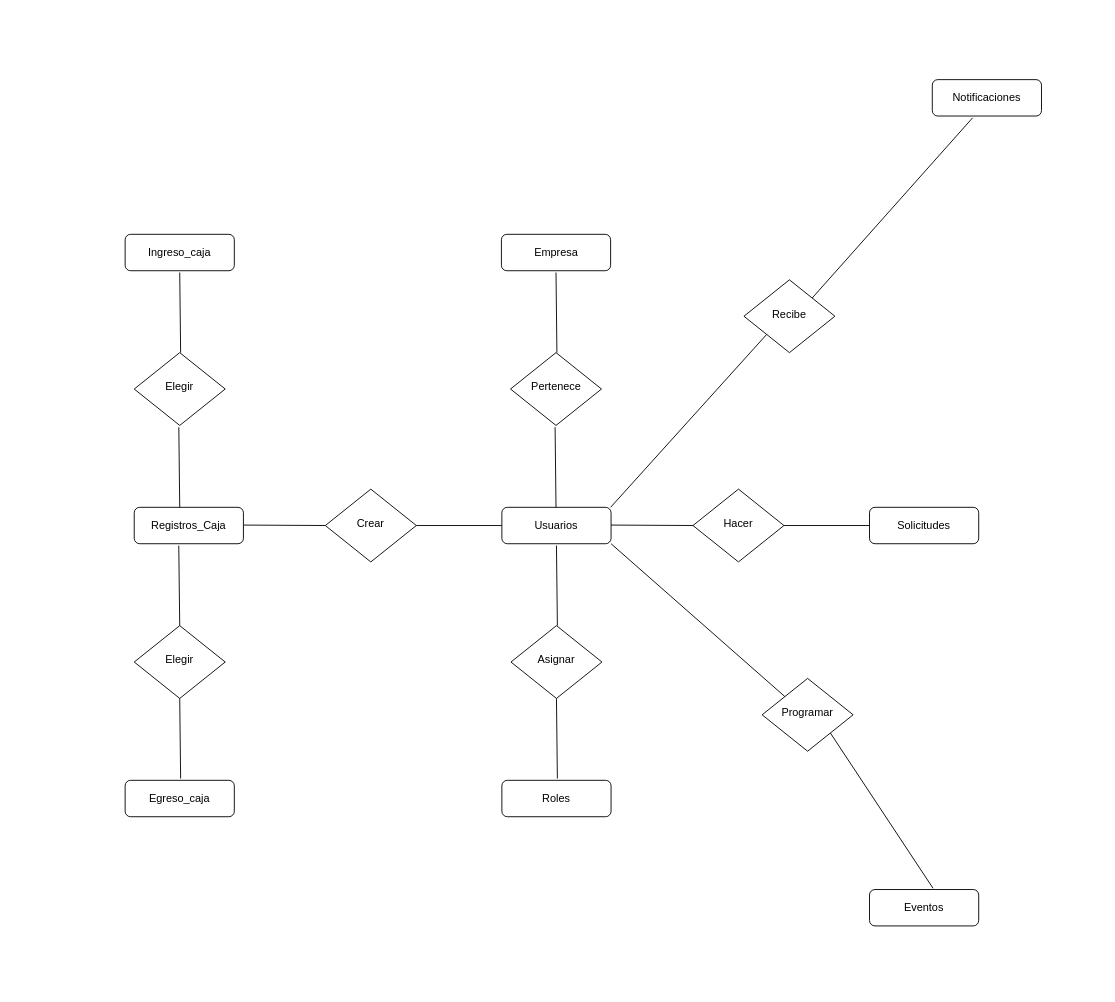
Before: Diagrama_MER_LittleBox.drawio in diegofernandodev/base_de_datos, a draw.io diagram. Source tidied: cells renumbered, new cells numbered last; positions are measured from the earlier drawing's top-left corner, leaving out a move shared by most shapes. Both pictures are drawn from the tidied source at 91%, with x=0, y=0 at pixel (125, 79).
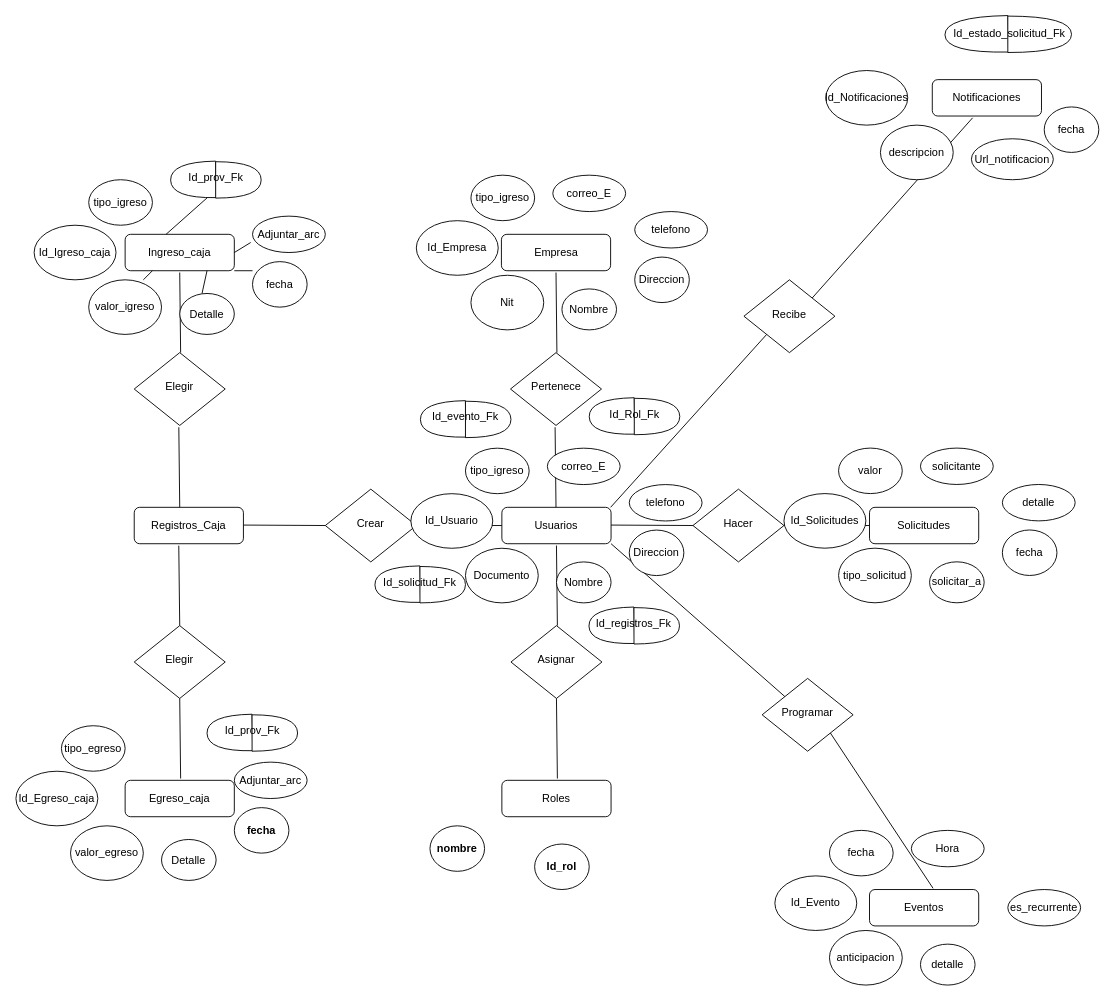
The same page after the edit.

Commit message (it also covers changes not shown here):
se modifica diagrama mer de little box

The change refers to these unchanged cells:
```xml
<mxCell id="13" value="Ingreso_caja" style="rounded=1;whiteSpace=wrap;html=1;fontSize=12;glass=0;strokeWidth=1;shadow=0;" parent="1" vertex="1">
  <mxGeometry y="170" width="120" height="40" as="geometry" />
</mxCell>
```

Diff of the diagram source:
```diff
@@
+    <mxCell id="35" value="Id_Egreso_caja" style="ellipse;whiteSpace=wrap;html=1;" parent="1" vertex="1">
+      <mxGeometry x="-120" y="760" width="90" height="60" as="geometry" />
+    </mxCell>
+    <mxCell id="36" value="valor_egreso" style="ellipse;whiteSpace=wrap;html=1;" parent="1" vertex="1">
+      <mxGeometry x="-60" y="820" width="80" height="60" as="geometry" />
+    </mxCell>
+    <mxCell id="37" value="Detalle" style="ellipse;whiteSpace=wrap;html=1;" parent="1" vertex="1">
+      <mxGeometry x="40" y="835" width="60" height="45" as="geometry" />
+    </mxCell>
+    <mxCell id="38" value="fecha" style="ellipse;whiteSpace=wrap;html=1;fontStyle=1;" parent="1" vertex="1">
+      <mxGeometry x="120" y="800" width="60" height="50" as="geometry" />
+    </mxCell>
+    <mxCell id="39" value="Adjuntar_arc" style="ellipse;whiteSpace=wrap;html=1;" parent="1" vertex="1">
+      <mxGeometry x="120" y="750" width="80" height="40" as="geometry" />
+    </mxCell>
+    <mxCell id="40" value="tipo_egreso" style="ellipse;whiteSpace=wrap;html=1;" parent="1" vertex="1">
+      <mxGeometry x="-70" y="710" width="70" height="50" as="geometry" />
+    </mxCell>
+    <mxCell id="41" style="shape=or;whiteSpace=wrap;html=1;rotation=-181;" parent="1" vertex="1">
+      <mxGeometry x="90" y="697.8" width="49.8" height="40.1" as="geometry" />
+    </mxCell>
+    <mxCell id="42" style="shape=or;whiteSpace=wrap;html=1;" parent="1" vertex="1">
+      <mxGeometry x="139.5" y="698" width="50" height="40" as="geometry" />
+    </mxCell>
+    <mxCell id="43" value="Id_prov_Fk" style="text;html=1;strokeColor=none;fillColor=none;align=center;verticalAlign=middle;whiteSpace=wrap;rounded=0;" parent="1" vertex="1">
+      <mxGeometry x="109.5" y="701" width="60" height="30" as="geometry" />
+    </mxCell>
+    <mxCell id="44" value="Id_Igreso_caja" style="ellipse;whiteSpace=wrap;html=1;" parent="1" vertex="1">
+      <mxGeometry x="-100" y="160" width="90" height="60" as="geometry" />
+    </mxCell>
+    <mxCell id="45" value="valor_igreso" style="ellipse;whiteSpace=wrap;html=1;" parent="1" vertex="1">
+      <mxGeometry x="-40" y="220" width="80" height="60" as="geometry" />
+    </mxCell>
+    <mxCell id="46" value="Detalle" style="ellipse;whiteSpace=wrap;html=1;" parent="1" vertex="1">
+      <mxGeometry x="60" y="235" width="60" height="45" as="geometry" />
+    </mxCell>
+    <mxCell id="47" value="fecha" style="ellipse;whiteSpace=wrap;html=1;" parent="1" vertex="1">
+      <mxGeometry x="140" y="200" width="60" height="50" as="geometry" />
+    </mxCell>
+    <mxCell id="48" value="Adjuntar_arc" style="ellipse;whiteSpace=wrap;html=1;" parent="1" vertex="1">
+      <mxGeometry x="140" y="150" width="80" height="40" as="geometry" />
+    </mxCell>
+    <mxCell id="49" value="tipo_igreso" style="ellipse;whiteSpace=wrap;html=1;" parent="1" vertex="1">
+      <mxGeometry x="-40" y="110" width="70" height="50" as="geometry" />
+    </mxCell>
+    <mxCell id="50" style="shape=or;whiteSpace=wrap;html=1;rotation=-181;" parent="1" vertex="1">
+      <mxGeometry x="50" y="90" width="49.8" height="40.1" as="geometry" />
+    </mxCell>
+    <mxCell id="51" style="shape=or;whiteSpace=wrap;html=1;" parent="1" vertex="1">
+      <mxGeometry x="99.5" y="90.2" width="50" height="40" as="geometry" />
+    </mxCell>
+    <mxCell id="52" value="Id_prov_Fk" style="text;html=1;strokeColor=none;fillColor=none;align=center;verticalAlign=middle;whiteSpace=wrap;rounded=0;" parent="1" vertex="1">
+      <mxGeometry x="69.5" y="93.2" width="60" height="30" as="geometry" />
+    </mxCell>
+    <mxCell id="53" value="Id_Empresa" style="ellipse;whiteSpace=wrap;html=1;" parent="1" vertex="1">
+      <mxGeometry x="320" y="155" width="90" height="60" as="geometry" />
+    </mxCell>
+    <mxCell id="54" value="Nit" style="ellipse;whiteSpace=wrap;html=1;" parent="1" vertex="1">
+      <mxGeometry x="380" y="215" width="80" height="60" as="geometry" />
+    </mxCell>
+    <mxCell id="55" value="Nombre" style="ellipse;whiteSpace=wrap;html=1;" parent="1" vertex="1">
+      <mxGeometry x="480" y="230" width="60" height="45" as="geometry" />
+    </mxCell>
+    <mxCell id="56" value="Direccion" style="ellipse;whiteSpace=wrap;html=1;" parent="1" vertex="1">
+      <mxGeometry x="560" y="195" width="60" height="50" as="geometry" />
+    </mxCell>
+    <mxCell id="57" value="telefono" style="ellipse;whiteSpace=wrap;html=1;" parent="1" vertex="1">
+      <mxGeometry x="560" y="145" width="80" height="40" as="geometry" />
+    </mxCell>
+    <mxCell id="58" value="tipo_igreso" style="ellipse;whiteSpace=wrap;html=1;" parent="1" vertex="1">
+      <mxGeometry x="380" y="105" width="70" height="50" as="geometry" />
+    </mxCell>
+    <mxCell id="59" value="correo_E" style="ellipse;whiteSpace=wrap;html=1;" parent="1" vertex="1">
+      <mxGeometry x="470" y="105" width="80" height="40" as="geometry" />
+    </mxCell>
+    <mxCell id="60" value="Id_Usuario" style="ellipse;whiteSpace=wrap;html=1;" parent="1" vertex="1">
+      <mxGeometry x="314" y="455" width="90" height="60" as="geometry" />
+    </mxCell>
+    <mxCell id="61" value="Documento" style="ellipse;whiteSpace=wrap;html=1;" parent="1" vertex="1">
+      <mxGeometry x="374" y="515" width="80" height="60" as="geometry" />
+    </mxCell>
+    <mxCell id="62" value="Nombre" style="ellipse;whiteSpace=wrap;html=1;" parent="1" vertex="1">
+      <mxGeometry x="474" y="530" width="60" height="45" as="geometry" />
+    </mxCell>
+    <mxCell id="63" value="Direccion" style="ellipse;whiteSpace=wrap;html=1;" parent="1" vertex="1">
+      <mxGeometry x="554" y="495" width="60" height="50" as="geometry" />
+    </mxCell>
+    <mxCell id="64" value="telefono" style="ellipse;whiteSpace=wrap;html=1;" parent="1" vertex="1">
+      <mxGeometry x="554" y="445" width="80" height="40" as="geometry" />
+    </mxCell>
+    <mxCell id="65" value="tipo_igreso" style="ellipse;whiteSpace=wrap;html=1;" parent="1" vertex="1">
+      <mxGeometry x="374" y="405" width="70" height="50" as="geometry" />
+    </mxCell>
+    <mxCell id="66" value="correo_E" style="ellipse;whiteSpace=wrap;html=1;" parent="1" vertex="1">
+      <mxGeometry x="464" y="405" width="80" height="40" as="geometry" />
+    </mxCell>
+    <mxCell id="67" style="shape=or;whiteSpace=wrap;html=1;rotation=-181;" parent="1" vertex="1">
+      <mxGeometry x="510" y="350" width="49.8" height="40.1" as="geometry" />
+    </mxCell>
+    <mxCell id="68" style="shape=or;whiteSpace=wrap;html=1;" parent="1" vertex="1">
+      <mxGeometry x="559.5" y="350.2" width="50" height="40" as="geometry" />
+    </mxCell>
+    <mxCell id="69" value="Id_Rol_Fk" style="text;html=1;strokeColor=none;fillColor=none;align=center;verticalAlign=middle;whiteSpace=wrap;rounded=0;" parent="1" vertex="1">
+      <mxGeometry x="529.5" y="353.2" width="60" height="30" as="geometry" />
+    </mxCell>
+    <mxCell id="70" style="shape=or;whiteSpace=wrap;html=1;rotation=-181;" parent="1" vertex="1">
+      <mxGeometry x="324.5" y="353.2" width="49.8" height="40.1" as="geometry" />
+    </mxCell>
+    <mxCell id="71" style="shape=or;whiteSpace=wrap;html=1;" parent="1" vertex="1">
+      <mxGeometry x="374" y="353.4" width="50" height="40" as="geometry" />
+    </mxCell>
+    <mxCell id="72" value="Id_evento_Fk" style="text;html=1;strokeColor=none;fillColor=none;align=center;verticalAlign=middle;whiteSpace=wrap;rounded=0;" parent="1" vertex="1">
+      <mxGeometry x="344" y="356.4" width="60" height="30" as="geometry" />
+    </mxCell>
+    <mxCell id="73" style="shape=or;whiteSpace=wrap;html=1;rotation=-181;" parent="1" vertex="1">
+      <mxGeometry x="274.5" y="534.8" width="49.8" height="40.1" as="geometry" />
+    </mxCell>
+    <mxCell id="74" style="shape=or;whiteSpace=wrap;html=1;" parent="1" vertex="1">
+      <mxGeometry x="324" y="535" width="50" height="40" as="geometry" />
+    </mxCell>
+    <mxCell id="75" value="Id_solicitud_Fk" style="text;html=1;strokeColor=none;fillColor=none;align=center;verticalAlign=middle;whiteSpace=wrap;rounded=0;" parent="1" vertex="1">
+      <mxGeometry x="294" y="538" width="60" height="30" as="geometry" />
+    </mxCell>
+    <mxCell id="76" style="shape=or;whiteSpace=wrap;html=1;rotation=-181;" parent="1" vertex="1">
+      <mxGeometry x="509.7" y="580" width="49.8" height="40.1" as="geometry" />
+    </mxCell>
+    <mxCell id="77" style="shape=or;whiteSpace=wrap;html=1;" parent="1" vertex="1">
+      <mxGeometry x="559.2" y="580.2" width="50" height="40" as="geometry" />
+    </mxCell>
+    <mxCell id="78" value="Id_registros_Fk" style="text;html=1;strokeColor=none;fillColor=none;align=center;verticalAlign=middle;whiteSpace=wrap;rounded=0;" parent="1" vertex="1">
+      <mxGeometry x="529.2" y="583.2" width="60" height="30" as="geometry" />
+    </mxCell>
+    <mxCell id="79" value="Id_Solicitudes" style="ellipse;whiteSpace=wrap;html=1;" parent="1" vertex="1">
+      <mxGeometry x="724" y="454.9" width="90" height="60" as="geometry" />
+    </mxCell>
+    <mxCell id="80" value="tipo_solicitud" style="ellipse;whiteSpace=wrap;html=1;" parent="1" vertex="1">
+      <mxGeometry x="784" y="514.9" width="80" height="60" as="geometry" />
+    </mxCell>
+    <mxCell id="81" value="solicitar_a" style="ellipse;whiteSpace=wrap;html=1;" parent="1" vertex="1">
+      <mxGeometry x="884" y="529.9" width="60" height="45" as="geometry" />
+    </mxCell>
+    <mxCell id="82" value="fecha" style="ellipse;whiteSpace=wrap;html=1;" parent="1" vertex="1">
+      <mxGeometry x="964" y="494.9" width="60" height="50" as="geometry" />
+    </mxCell>
+    <mxCell id="83" value="detalle" style="ellipse;whiteSpace=wrap;html=1;" parent="1" vertex="1">
+      <mxGeometry x="964" y="444.9" width="80" height="40" as="geometry" />
+    </mxCell>
+    <mxCell id="84" value="valor" style="ellipse;whiteSpace=wrap;html=1;" parent="1" vertex="1">
+      <mxGeometry x="784" y="404.9" width="70" height="50" as="geometry" />
+    </mxCell>
+    <mxCell id="85" value="solicitante" style="ellipse;whiteSpace=wrap;html=1;" parent="1" vertex="1">
+      <mxGeometry x="874" y="404.9" width="80" height="40" as="geometry" />
+    </mxCell>
+    <mxCell id="86" value="Id_Notificaciones" style="ellipse;whiteSpace=wrap;html=1;" parent="1" vertex="1">
+      <mxGeometry x="770" y="-10" width="90" height="60" as="geometry" />
+    </mxCell>
+    <mxCell id="87" value="descripcion" style="ellipse;whiteSpace=wrap;html=1;" parent="1" vertex="1">
+      <mxGeometry x="830" y="50" width="80" height="60" as="geometry" />
+    </mxCell>
+    <mxCell id="88" value="Url_notificacion" style="ellipse;whiteSpace=wrap;html=1;" parent="1" vertex="1">
+      <mxGeometry x="930" y="65" width="90" height="45" as="geometry" />
+    </mxCell>
+    <mxCell id="89" value="fecha" style="ellipse;whiteSpace=wrap;html=1;" parent="1" vertex="1">
+      <mxGeometry x="1010" y="30" width="60" height="50" as="geometry" />
+    </mxCell>
+    <mxCell id="90" style="shape=or;whiteSpace=wrap;html=1;rotation=-181;" parent="1" vertex="1">
+      <mxGeometry x="900.9" y="-69.8" width="69.5" height="40.1" as="geometry" />
+    </mxCell>
+    <mxCell id="91" style="shape=or;whiteSpace=wrap;html=1;" parent="1" vertex="1">
+      <mxGeometry x="970" y="-69.8" width="70" height="40" as="geometry" />
+    </mxCell>
+    <mxCell id="92" value="Id_estado_solicitud_Fk" style="text;html=1;strokeColor=none;fillColor=none;align=center;verticalAlign=middle;whiteSpace=wrap;rounded=0;" parent="1" vertex="1">
+      <mxGeometry x="924" y="-64.8" width="96" height="30" as="geometry" />
+    </mxCell>
+    <mxCell id="93" value="Id_Evento" style="ellipse;whiteSpace=wrap;html=1;" parent="1" vertex="1">
+      <mxGeometry x="714" y="875" width="90" height="60" as="geometry" />
+    </mxCell>
+    <mxCell id="94" value="anticipacion" style="ellipse;whiteSpace=wrap;html=1;" parent="1" vertex="1">
+      <mxGeometry x="774" y="935" width="80" height="60" as="geometry" />
+    </mxCell>
+    <mxCell id="95" value="detalle" style="ellipse;whiteSpace=wrap;html=1;" parent="1" vertex="1">
+      <mxGeometry x="874" y="950" width="60" height="45" as="geometry" />
+    </mxCell>
+    <mxCell id="96" value="fecha" style="ellipse;whiteSpace=wrap;html=1;" parent="1" vertex="1">
+      <mxGeometry x="774" y="825" width="70" height="50" as="geometry" />
+    </mxCell>
+    <mxCell id="97" value="Hora" style="ellipse;whiteSpace=wrap;html=1;" parent="1" vertex="1">
+      <mxGeometry x="864" y="825" width="80" height="40" as="geometry" />
+    </mxCell>
+    <mxCell id="98" value="es_recurrente" style="ellipse;whiteSpace=wrap;html=1;" parent="1" vertex="1">
+      <mxGeometry x="970" y="890" width="80" height="40" as="geometry" />
+    </mxCell>
+    <mxCell id="99" value="Id_rol" style="ellipse;whiteSpace=wrap;html=1;fontStyle=1;" parent="1" vertex="1">
+      <mxGeometry x="450" y="840" width="60" height="50" as="geometry" />
+    </mxCell>
+    <mxCell id="100" value="nombre" style="ellipse;whiteSpace=wrap;html=1;fontStyle=1;" parent="1" vertex="1">
+      <mxGeometry x="335" y="820" width="60" height="50" as="geometry" />
+    </mxCell>
+    <mxCell id="101" style="endArrow=none;html=1;rounded=0;" parent="1" edge="1">
+      <mxGeometry relative="1" as="geometry">
+        <mxPoint x="45" y="170" as="sourcePoint" />
+        <mxPoint x="90" y="130" as="targetPoint" />
+      </mxGeometry>
+    </mxCell>
+    <mxCell id="102" style="endArrow=none;html=1;rounded=0;entryX=0.25;entryY=1;entryDx=0;entryDy=0;" parent="1" edge="1" target="13">
+      <mxGeometry relative="1" as="geometry">
+        <mxPoint x="20" y="220" as="sourcePoint" />
+      </mxGeometry>
+    </mxCell>
+    <mxCell id="103" style="endArrow=none;html=1;rounded=0;entryX=0.75;entryY=1;entryDx=0;entryDy=0;" parent="1" edge="1" target="13">
+      <mxGeometry relative="1" as="geometry">
+        <mxPoint x="84.5" y="235" as="sourcePoint" />
+      </mxGeometry>
+    </mxCell>
+    <mxCell id="104" style="endArrow=none;html=1;rounded=0;entryX=0;entryY=0.2;entryDx=0;entryDy=0;entryPerimeter=0;exitX=1;exitY=1;exitDx=0;exitDy=0;" parent="1" edge="1" source="13" target="47">
+      <mxGeometry relative="1" as="geometry" />
+    </mxCell>
+    <mxCell id="105" style="endArrow=none;html=1;rounded=0;entryX=-0.025;entryY=0.725;entryDx=0;entryDy=0;entryPerimeter=0;exitX=1;exitY=0.5;exitDx=0;exitDy=0;" parent="1" edge="1" source="13" target="48">
+      <mxGeometry relative="1" as="geometry" />
+    </mxCell>
```
